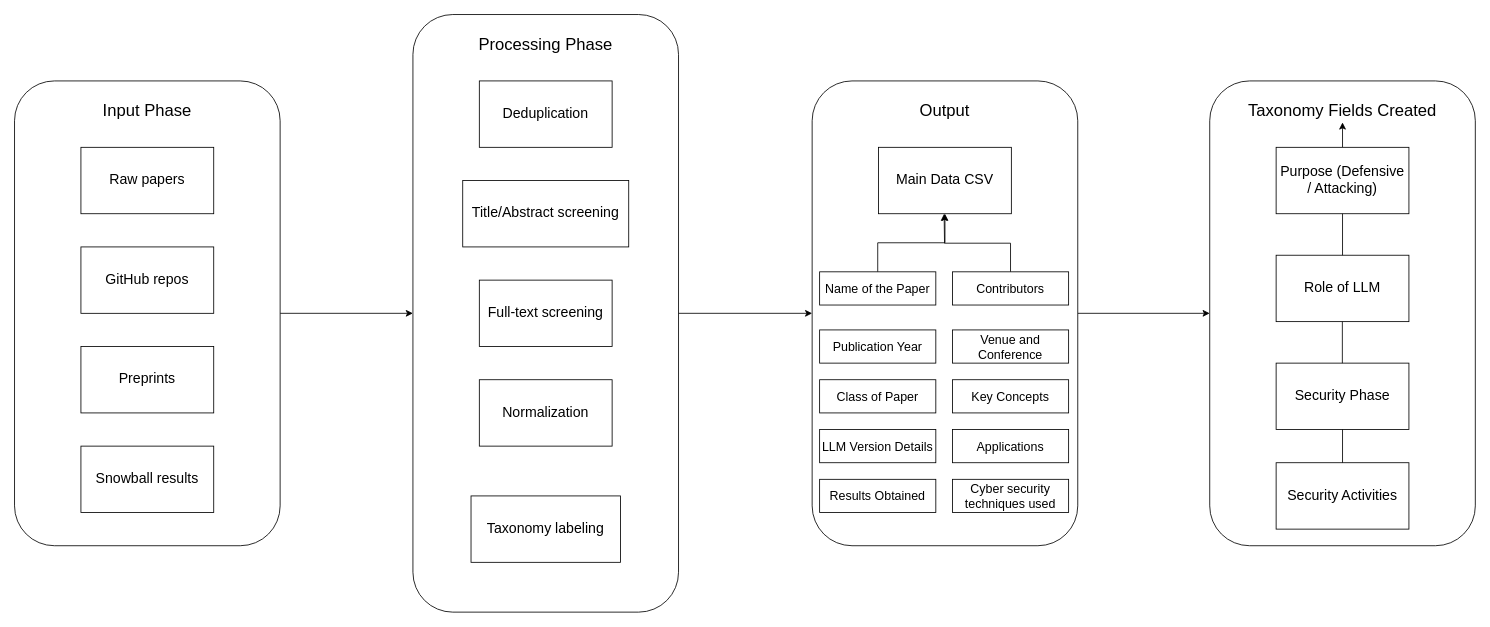
Earlier version of the draw.io diagram Thesis - Main data construction pipeline.drawio (smeetn/Quantitative-Analysis-of-Secure-Code-Generation-by-Large-Language-Models-and-Generative-AI). Source tidied: cells renumbered, new cells numbered last; positions are measured from the earlier drawing's top-left corner, leaving out a move shared by most shapes. Both pictures are drawn from the tidied source at 83%, with x=0, y=0 at pixel (14, 14).
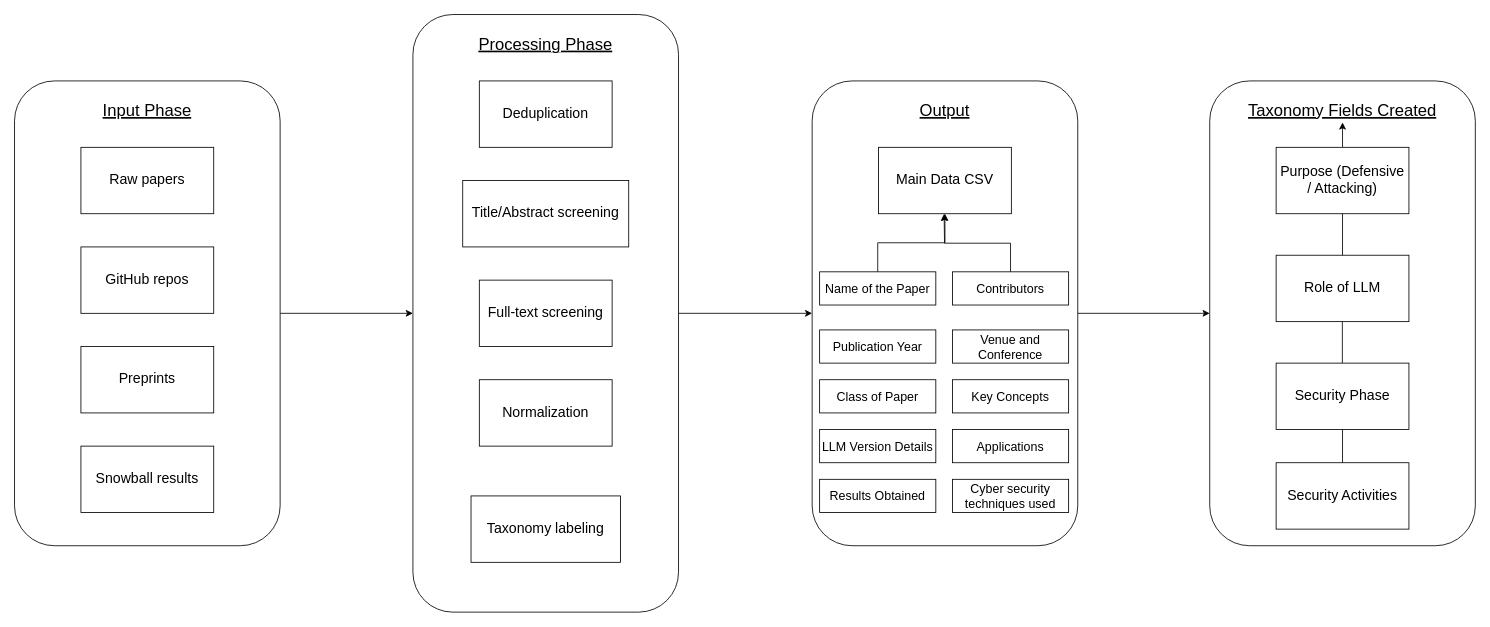
The same page after the edit.

What changed in the source:
```diff
@@
-    <mxCell id="8" value="&lt;font style=&quot;font-size: 20px;&quot;&gt;Input Phase&lt;/font&gt;" style="text;html=1;align=center;verticalAlign=middle;whiteSpace=wrap;rounded=0;" parent="1" vertex="1">
+    <mxCell id="8" value="&lt;font style=&quot;font-size: 20px;&quot;&gt;&lt;u&gt;Input Phase&lt;/u&gt;&lt;/font&gt;" style="text;html=1;align=center;verticalAlign=middle;whiteSpace=wrap;rounded=0;" parent="1" vertex="1">
       <mxGeometry x="90" y="100" width="140" height="30" as="geometry" />
     </mxCell>
@@
-    <mxCell id="15" value="&lt;font style=&quot;font-size: 20px;&quot;&gt;Processing Phase&lt;/font&gt;" style="text;html=1;align=center;verticalAlign=middle;whiteSpace=wrap;rounded=0;" parent="1" vertex="1">
+    <mxCell id="15" value="&lt;font style=&quot;font-size: 20px;&quot;&gt;&lt;u&gt;Processing Phase&lt;/u&gt;&lt;/font&gt;" style="text;html=1;align=center;verticalAlign=middle;whiteSpace=wrap;rounded=0;" parent="1" vertex="1">
       <mxGeometry x="540" y="20" width="200" height="30" as="geometry" />
     </mxCell>
@@
-    <mxCell id="20" value="&lt;font style=&quot;font-size: 20px;&quot;&gt;Output&lt;/font&gt;" style="text;html=1;align=center;verticalAlign=middle;whiteSpace=wrap;rounded=0;" parent="1" vertex="1">
+    <mxCell id="20" value="&lt;font style=&quot;font-size: 20px;&quot;&gt;&lt;u&gt;Output&lt;/u&gt;&lt;/font&gt;" style="text;html=1;align=center;verticalAlign=middle;whiteSpace=wrap;rounded=0;" parent="1" vertex="1">
       <mxGeometry x="1051" y="100" width="140" height="30" as="geometry" />
     </mxCell>
@@
-    <mxCell id="36" value="&lt;font style=&quot;font-size: 20px;&quot;&gt;Taxonomy Fields Created&lt;/font&gt;" style="text;html=1;align=center;verticalAlign=middle;whiteSpace=wrap;rounded=0;" parent="1" vertex="1">
+    <mxCell id="36" value="&lt;font style=&quot;font-size: 20px;&quot;&gt;&lt;u&gt;Taxonomy Fields Created&lt;/u&gt;&lt;/font&gt;" style="text;html=1;align=center;verticalAlign=middle;whiteSpace=wrap;rounded=0;" parent="1" vertex="1">
       <mxGeometry x="1460" y="100" width="280" height="30" as="geometry" />
     </mxCell>
```
